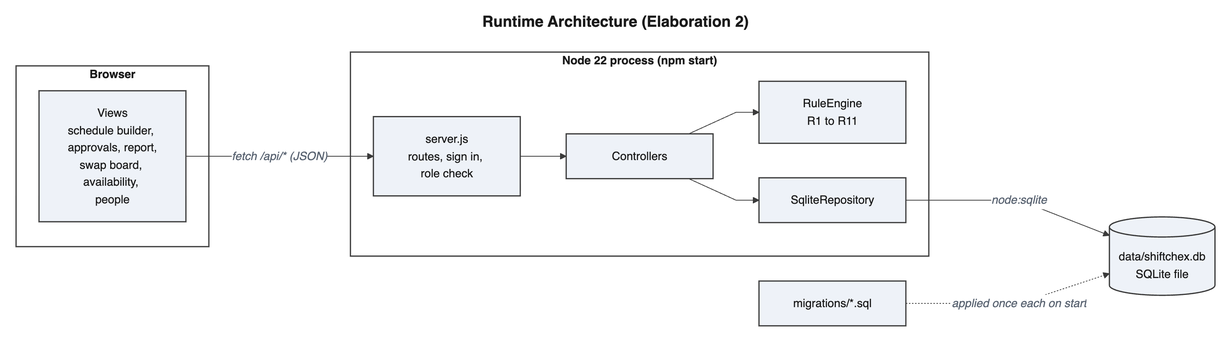
This is diagrams/images/design/architecture.png from perfettiful/ShiftChex, a Mermaid export, as it was before one commit. Its source is kept beside it as diagrams/mmd/design/architecture.mmd.
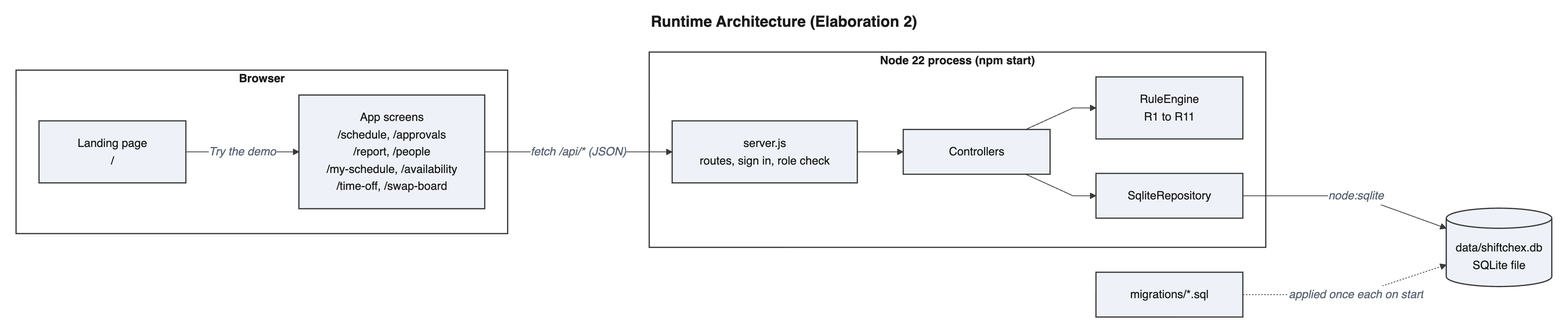
The same diagram one commit later.

Commit message:
Add a landing page and a path for each screen (#6)

What changed in the source:
```diff
@@ -1,9 +1,13 @@
 ---
 title: Runtime Architecture (Elaboration 2)
+config:
+  flowchart:
+    wrappingWidth: 320
 ---
 flowchart LR
     subgraph Browser["Browser"]
-        V["Views<br/>schedule builder, approvals, report,<br/>swap board, availability, people"]
+        L["Landing page<br/>/"]
+        V["App screens<br/>/schedule, /approvals<br/>/report, /people<br/>/my-schedule, /availability<br/>/time-off, /swap-board"]
     end
     subgraph Node["Node 22 process (npm start)"]
         S["server.js<br/>routes, sign in, role check"]
@@ -17,6 +21,7 @@
     DB[("data/shiftchex.db<br/>SQLite file")]
     M["migrations/*.sql"]
 
+    L -- "Try the demo" --> V
     V -- "fetch /api/* (JSON)" --> S
     R -- "node:sqlite" --> DB
     M -. "applied once each on start" .-> DB
```
